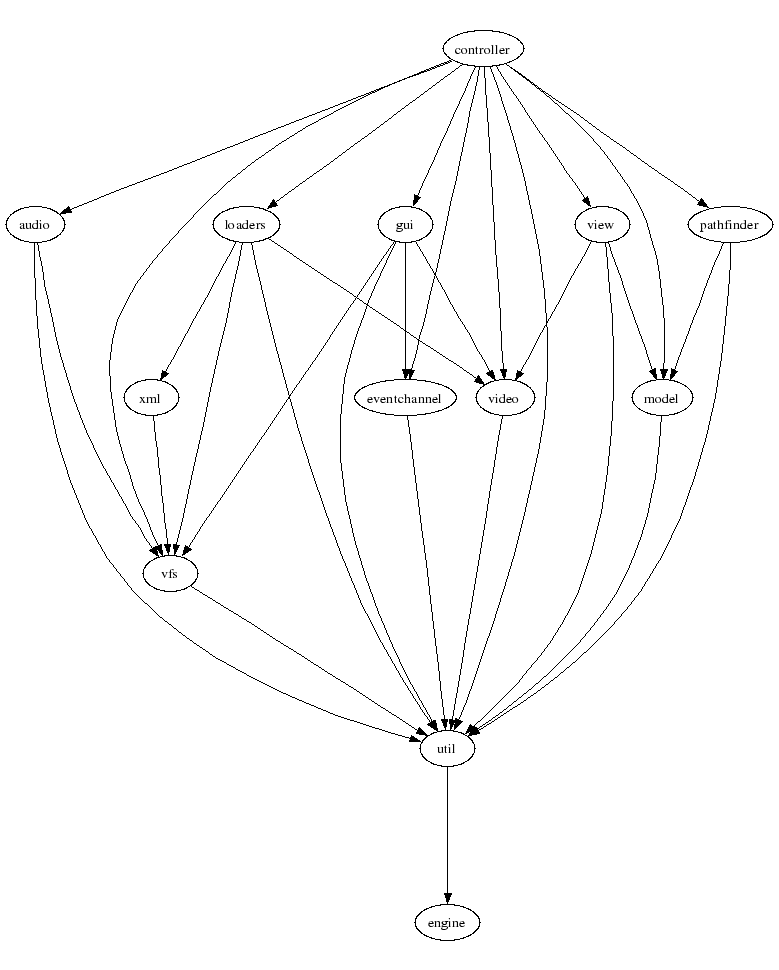
Earlier version of the Graphviz export doc/dependencies/moduledeps.png (fifengine/fifengine). Its source is kept beside it as doc/dependencies/moduledeps.dot. Its diagram source:
```dot
digraph "source tree" {
    overlap=scale;
    size="8,10";
    ratio="fill";
    fontsize="16";
    fontname="Helvetica";
    clusterrank="local";
    "audio" -> "util"
    "audio" -> "vfs"
    "controller" -> "audio"
    "controller" -> "eventchannel"
    "controller" -> "gui"
    "controller" -> "loaders"
    "controller" -> "model"
    "controller" -> "pathfinder"
    "controller" -> "util"
    "controller" -> "vfs"
    "controller" -> "video"
    "controller" -> "view"
    "eventchannel" -> "util"
    "gui" -> "eventchannel"
    "gui" -> "util"
    "gui" -> "vfs"
    "gui" -> "video"
    "loaders" -> "util"
    "loaders" -> "vfs"
    "loaders" -> "video"
    "loaders" -> "xml"
    "model" -> "util"
    "pathfinder" -> "model"
    "pathfinder" -> "util"
    "util" -> "engine"
    "vfs" -> "util"
    "video" -> "util"
    "view" -> "model"
    "view" -> "util"
    "view" -> "video"
    "xml" -> "vfs"
}
```
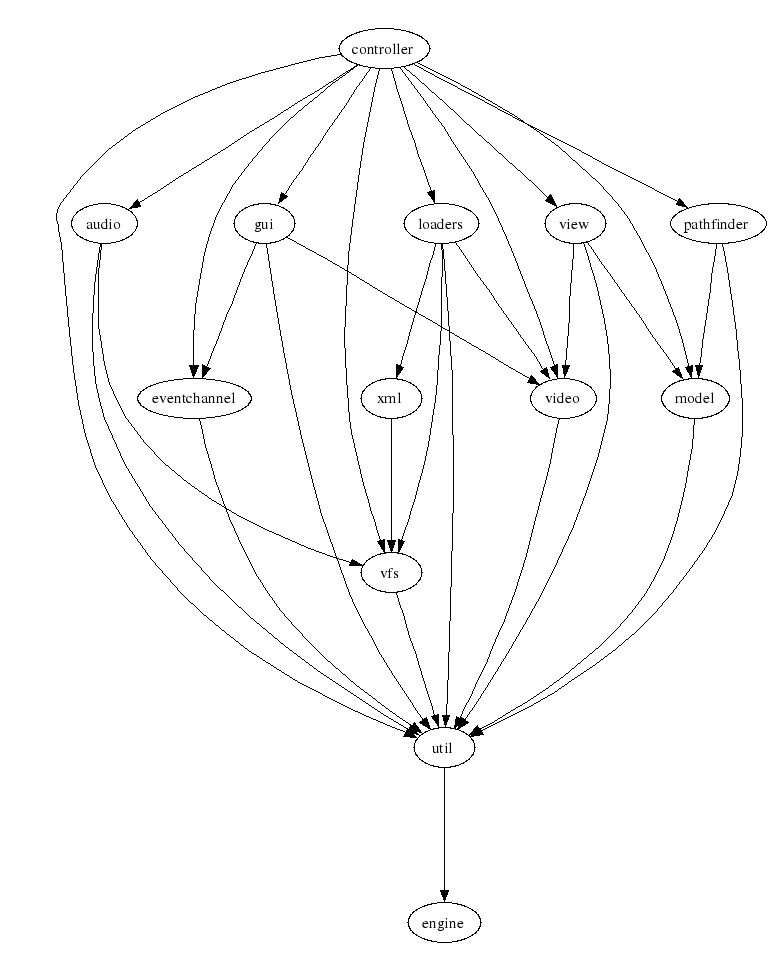
Above is the later version.

Diff of the diagram source:
```diff
@@ -20,7 +20,6 @@
     "eventchannel" -> "util"
     "gui" -> "eventchannel"
     "gui" -> "util"
-    "gui" -> "vfs"
     "gui" -> "video"
     "loaders" -> "util"
     "loaders" -> "vfs"
```
